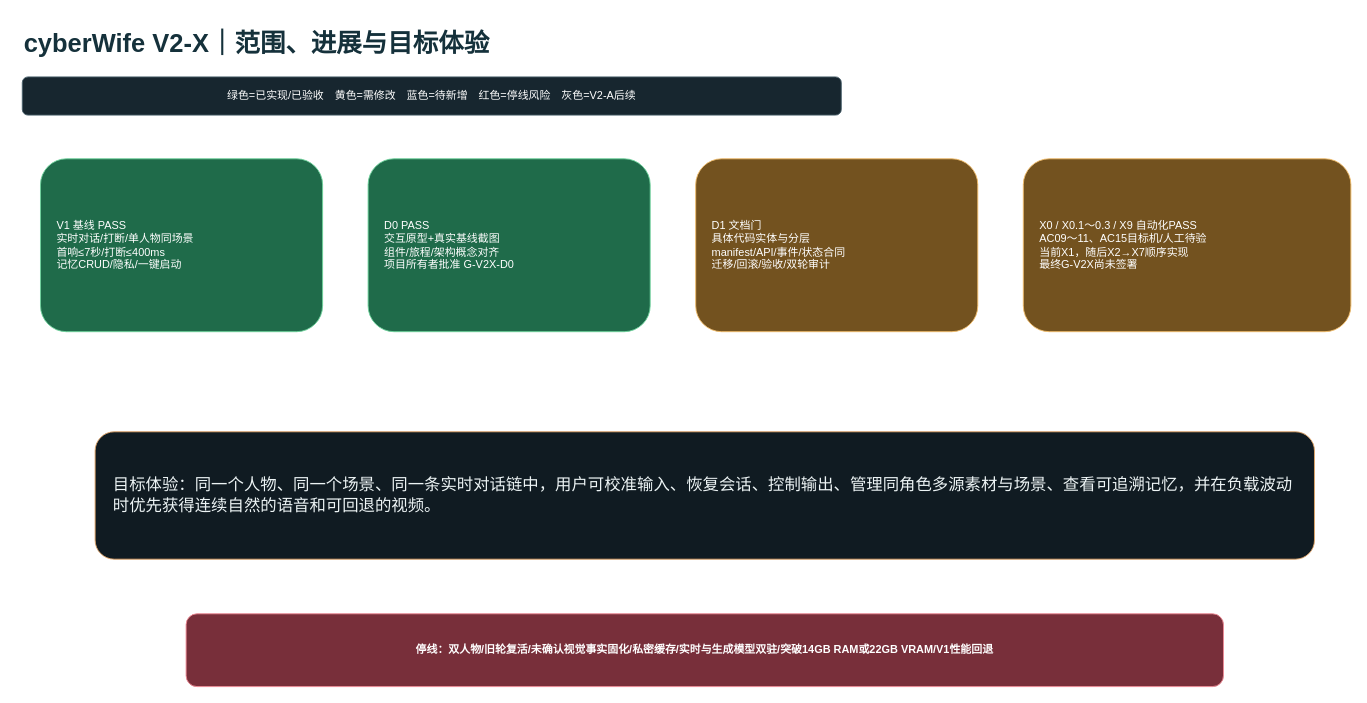
This is page "01-范围进展与目标体验" (1 of 8) of docs/architecture/v2-x-gap.drawio from ljx418/cyberWife, a draw.io file, before an edit. Source tidied: cells renumbered, new cells numbered last; positions are measured from the earlier drawing's top-left corner, leaving out a move shared by most shapes. Both pictures are drawn from the tidied source at 91%, with x=0, y=0 at pixel (22, 22).
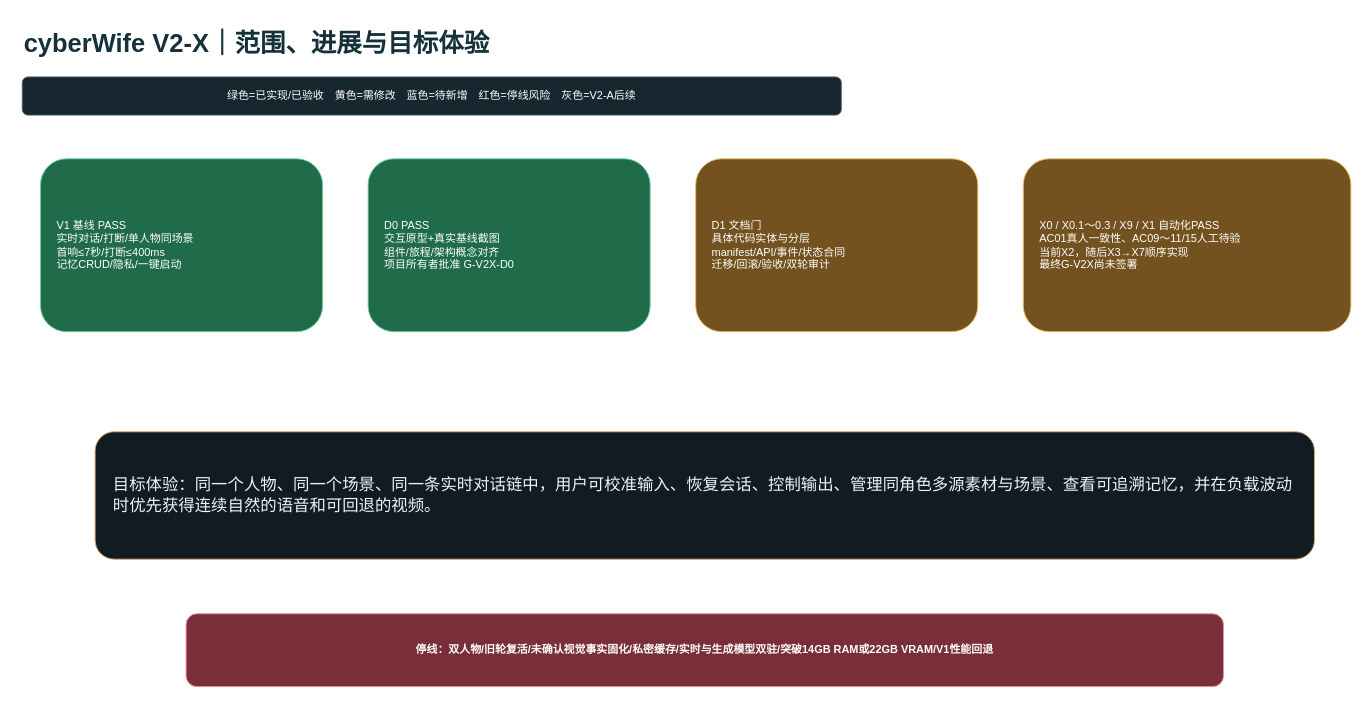
Above is the later version.

The edit, as a diff of the source:
```diff
@@
 <mxGraphModel>
   <root>
     <mxCell id="0" />
     <mxCell id="1" parent="0" />
     <mxCell id="2" value="cyberWife V2-X｜范围、进展与目标体验" style="text;html=1;fontSize=28;fontStyle=1;fontColor=#15313B;" parent="1" vertex="1">
       <mxGeometry width="1200" height="50" as="geometry" />
     </mxCell>
     <mxCell id="3" value="绿色=已实现/已验收　黄色=需修改　蓝色=待新增　红色=停线风险　灰色=V2-A后续" style="rounded=1;whiteSpace=wrap;html=1;fillColor=#17262F;strokeColor=#49606C;fontColor=#FFFFFF;" parent="1" vertex="1">
       <mxGeometry y="60" width="900" height="42" as="geometry" />
     </mxCell>
     <mxCell id="4" value="V1 基线 PASS&#10;实时对话/打断/单人物同场景&#10;首响≤7秒/打断≤400ms&#10;记忆CRUD/隐私/一键启动" style="rounded=1;whiteSpace=wrap;html=1;fillColor=#1F6B4A;strokeColor=#6ED39C;fontColor=#FFFFFF;align=left;spacing=18;" parent="1" vertex="1">
       <mxGeometry x="20" y="150" width="310" height="190" as="geometry" />
     </mxCell>
     <mxCell id="5" value="D0 PASS&#10;交互原型+真实基线截图&#10;组件/旅程/架构概念对齐&#10;项目所有者批准 G-V2X-D0" style="rounded=1;whiteSpace=wrap;html=1;fillColor=#1F6B4A;strokeColor=#6ED39C;fontColor=#FFFFFF;align=left;spacing=18;" parent="1" vertex="1">
       <mxGeometry x="380" y="150" width="310" height="190" as="geometry" />
     </mxCell>
     <mxCell id="6" value="D1 文档门&#10;具体代码实体与分层&#10;manifest/API/事件/状态合同&#10;迁移/回滚/验收/双轮审计" style="rounded=1;whiteSpace=wrap;html=1;fillColor=#73521F;strokeColor=#F2BD6B;fontColor=#FFFFFF;align=left;spacing=18;" parent="1" vertex="1">
       <mxGeometry x="740" y="150" width="310" height="190" as="geometry" />
     </mxCell>
-    <mxCell id="7" value="X0 / X0.1～0.3 / X9 自动化PASS&#10;AC09～11、AC15目标机/人工待验&#10;当前X1，随后X2→X7顺序实现&#10;最终G-V2X尚未签署" style="rounded=1;whiteSpace=wrap;html=1;fillColor=#73521F;strokeColor=#F2BD6B;fontColor=#FFFFFF;align=left;spacing=18;" parent="1" vertex="1">
+    <mxCell id="7" value="X0 / X0.1～0.3 / X9 / X1 自动化PASS&#10;AC01真人一致性、AC09～11/15人工待验&#10;当前X2，随后X3→X7顺序实现&#10;最终G-V2X尚未签署" style="rounded=1;whiteSpace=wrap;html=1;fillColor=#73521F;strokeColor=#F2BD6B;fontColor=#FFFFFF;align=left;spacing=18;" parent="1" vertex="1">
       <mxGeometry x="1100" y="150" width="360" height="190" as="geometry" />
     </mxCell>
     <mxCell id="8" value="目标体验：同一个人物、同一个场景、同一条实时对话链中，用户可校准输入、恢复会话、控制输出、管理同角色多源素材与场景、查看可追溯记忆，并在负载波动时优先获得连续自然的语音和可回退的视频。" style="rounded=1;whiteSpace=wrap;html=1;fillColor=#101B22;strokeColor=#E4A668;fontColor=#EDF4F5;fontSize=18;align=left;spacing=20;" parent="1" vertex="1">
       <mxGeometry x="80" y="450" width="1340" height="140" as="geometry" />
     </mxCell>
     <mxCell id="9" value="停线：双人物/旧轮复活/未确认视觉事实固化/私密缓存/实时与生成模型双驻/突破14GB RAM或22GB VRAM/V1性能回退" style="rounded=1;whiteSpace=wrap;html=1;fillColor=#782F3A;strokeColor=#F08A96;fontColor=#FFFFFF;fontStyle=1;" parent="1" vertex="1">
       <mxGeometry x="180" y="650" width="1140" height="80" as="geometry" />
     </mxCell>
     <mxCell id="10" style="edgeStyle=orthogonalEdgeStyle;strokeColor=#8AA0A9;endArrow=block;" parent="1" edge="1" source="4" target="5" />
     <mxCell id="11" style="edgeStyle=orthogonalEdgeStyle;strokeColor=#8AA0A9;endArrow=block;" parent="1" edge="1" source="5" target="6" />
     <mxCell id="12" style="edgeStyle=orthogonalEdgeStyle;strokeColor=#8AA0A9;endArrow=block;" parent="1" edge="1" source="6" target="7" />
   </root>
 </mxGraphModel>
```
